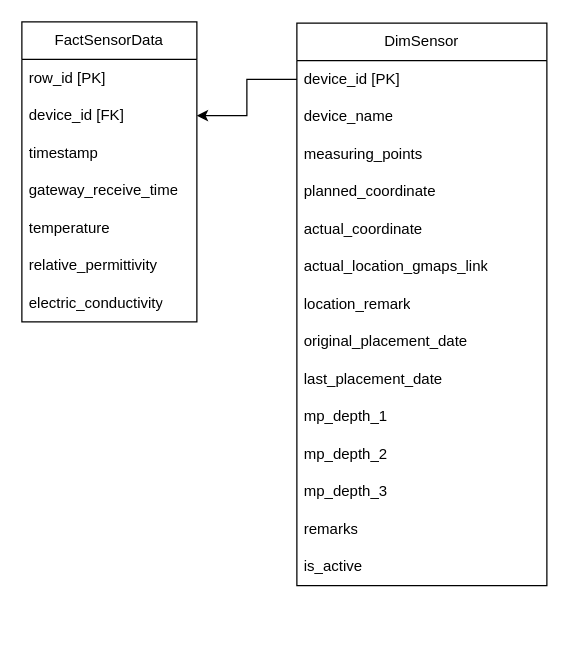
Above: Documentation/Database_design.drawio in ctessels/leiden_water_in_the_cloud (draw.io), before the change. Source tidied: cells renumbered, new cells numbered last; positions are measured from the earlier drawing's top-left corner, leaving out a move shared by most shapes. Both pictures are drawn from the tidied source at 125%, with x=0, y=0 at pixel (21, 21).
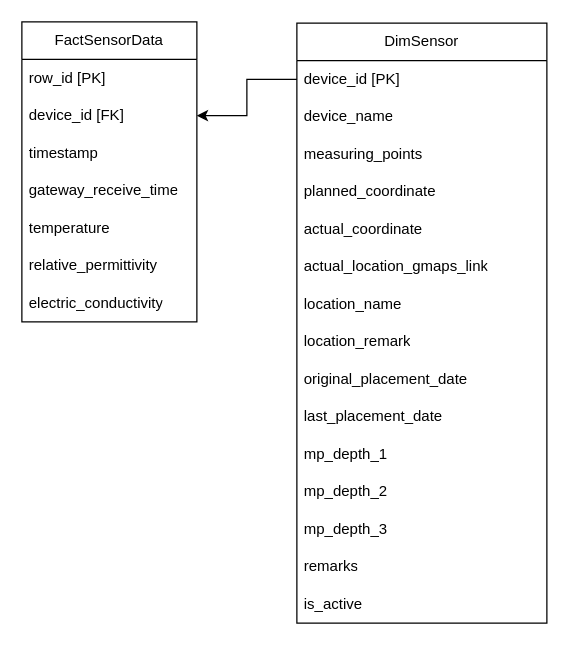
Above is the later version.

What changed in the source:
```diff
@@
     <mxCell id="10" value="DimSensor" style="swimlane;fontStyle=0;horizontal=1;startSize=30;whiteSpace=wrap;html=1;" parent="1" vertex="1">
-      <mxGeometry x="220" y="1" width="200" height="450" as="geometry" />
+      <mxGeometry x="220" y="1" width="200" height="480" as="geometry" />
     </mxCell>
@@
+    <mxCell id="26" value="location_name" style="text;strokeColor=none;fillColor=none;align=left;verticalAlign=middle;spacingLeft=4;spacingRight=4;overflow=hidden;whiteSpace=wrap;html=1;" parent="10" vertex="1">
+      <mxGeometry y="210" width="200" height="30" as="geometry" />
+    </mxCell>
     <mxCell id="17" value="location_remark" style="text;strokeColor=none;fillColor=none;align=left;verticalAlign=middle;spacingLeft=4;spacingRight=4;overflow=hidden;whiteSpace=wrap;html=1;" parent="10" vertex="1">
-      <mxGeometry y="210" width="200" height="30" as="geometry" />
+      <mxGeometry y="240" width="200" height="30" as="geometry" />
     </mxCell>
     <mxCell id="18" value="original_placement_date" style="text;strokeColor=none;fillColor=none;align=left;verticalAlign=middle;spacingLeft=4;spacingRight=4;overflow=hidden;whiteSpace=wrap;html=1;" parent="10" vertex="1">
-      <mxGeometry y="240" width="200" height="30" as="geometry" />
+      <mxGeometry y="270" width="200" height="30" as="geometry" />
     </mxCell>
     <mxCell id="19" value="last_placement_date" style="text;strokeColor=none;fillColor=none;align=left;verticalAlign=middle;spacingLeft=4;spacingRight=4;overflow=hidden;whiteSpace=wrap;html=1;" parent="10" vertex="1">
-      <mxGeometry y="270" width="200" height="30" as="geometry" />
+      <mxGeometry y="300" width="200" height="30" as="geometry" />
     </mxCell>
     <mxCell id="20" value="mp_depth_1" style="text;strokeColor=none;fillColor=none;align=left;verticalAlign=middle;spacingLeft=4;spacingRight=4;overflow=hidden;whiteSpace=wrap;html=1;" parent="10" vertex="1">
-      <mxGeometry y="300" width="200" height="30" as="geometry" />
+      <mxGeometry y="330" width="200" height="30" as="geometry" />
     </mxCell>
     <mxCell id="21" value="mp_depth_2" style="text;strokeColor=none;fillColor=none;align=left;verticalAlign=middle;spacingLeft=4;spacingRight=4;overflow=hidden;whiteSpace=wrap;html=1;" parent="10" vertex="1">
-      <mxGeometry y="330" width="200" height="30" as="geometry" />
+      <mxGeometry y="360" width="200" height="30" as="geometry" />
     </mxCell>
     <mxCell id="22" value="mp_depth_3" style="text;strokeColor=none;fillColor=none;align=left;verticalAlign=middle;spacingLeft=4;spacingRight=4;overflow=hidden;whiteSpace=wrap;html=1;" parent="10" vertex="1">
-      <mxGeometry y="360" width="200" height="30" as="geometry" />
+      <mxGeometry y="390" width="200" height="30" as="geometry" />
     </mxCell>
     <mxCell id="23" value="remarks" style="text;strokeColor=none;fillColor=none;align=left;verticalAlign=middle;spacingLeft=4;spacingRight=4;overflow=hidden;whiteSpace=wrap;html=1;" parent="10" vertex="1">
-      <mxGeometry y="390" width="200" height="30" as="geometry" />
+      <mxGeometry y="420" width="200" height="30" as="geometry" />
     </mxCell>
     <mxCell id="24" value="is_active" style="text;strokeColor=none;fillColor=none;align=left;verticalAlign=middle;spacingLeft=4;spacingRight=4;overflow=hidden;whiteSpace=wrap;html=1;" parent="10" vertex="1">
-      <mxGeometry y="420" width="200" height="30" as="geometry" />
+      <mxGeometry y="450" width="200" height="30" as="geometry" />
     </mxCell>
```
